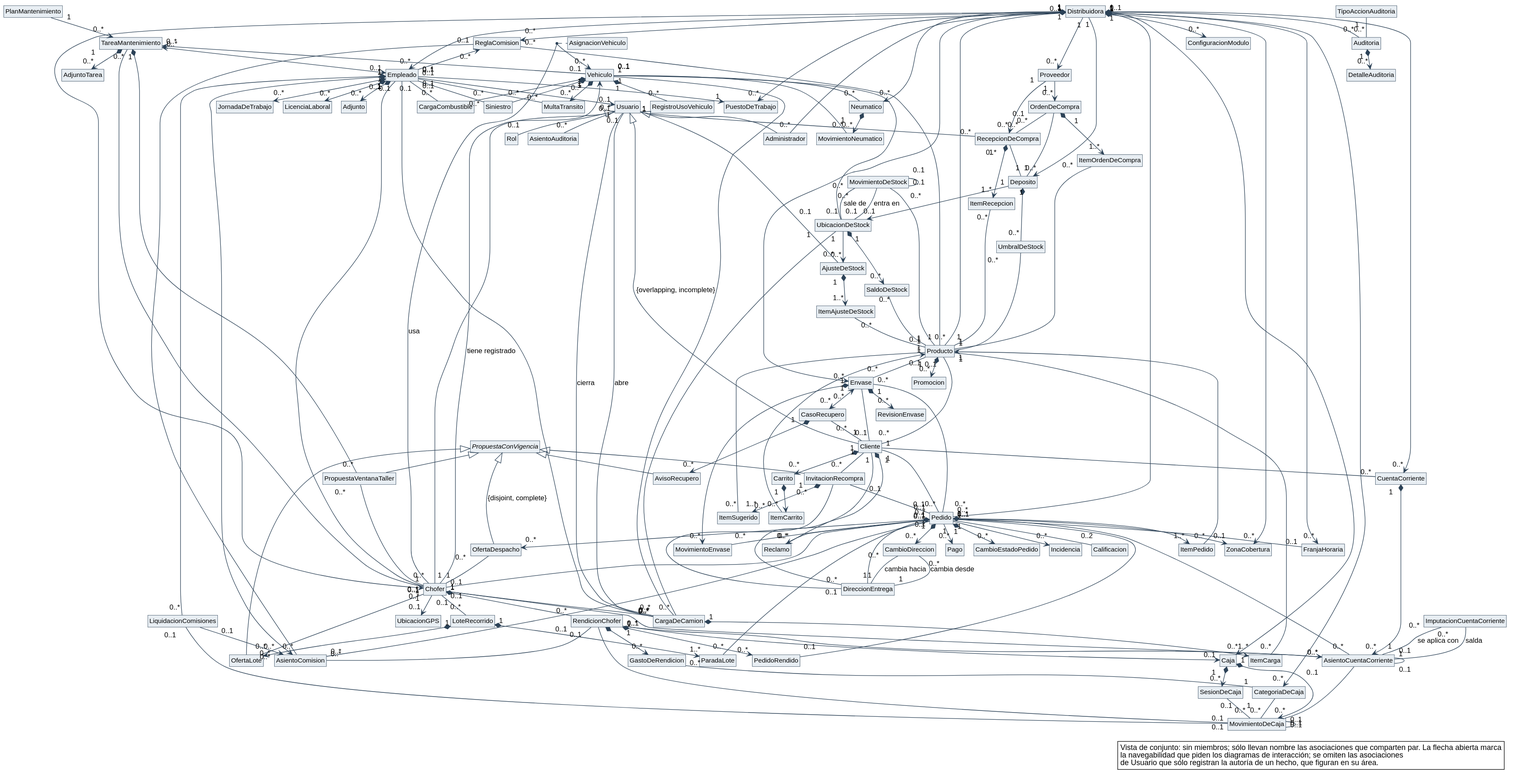
Nahuelito-Dev/splg-docs keeps this PlantUML diagram as diagramas/clases-diseno/DC_General.svg. Above is the earlier version.
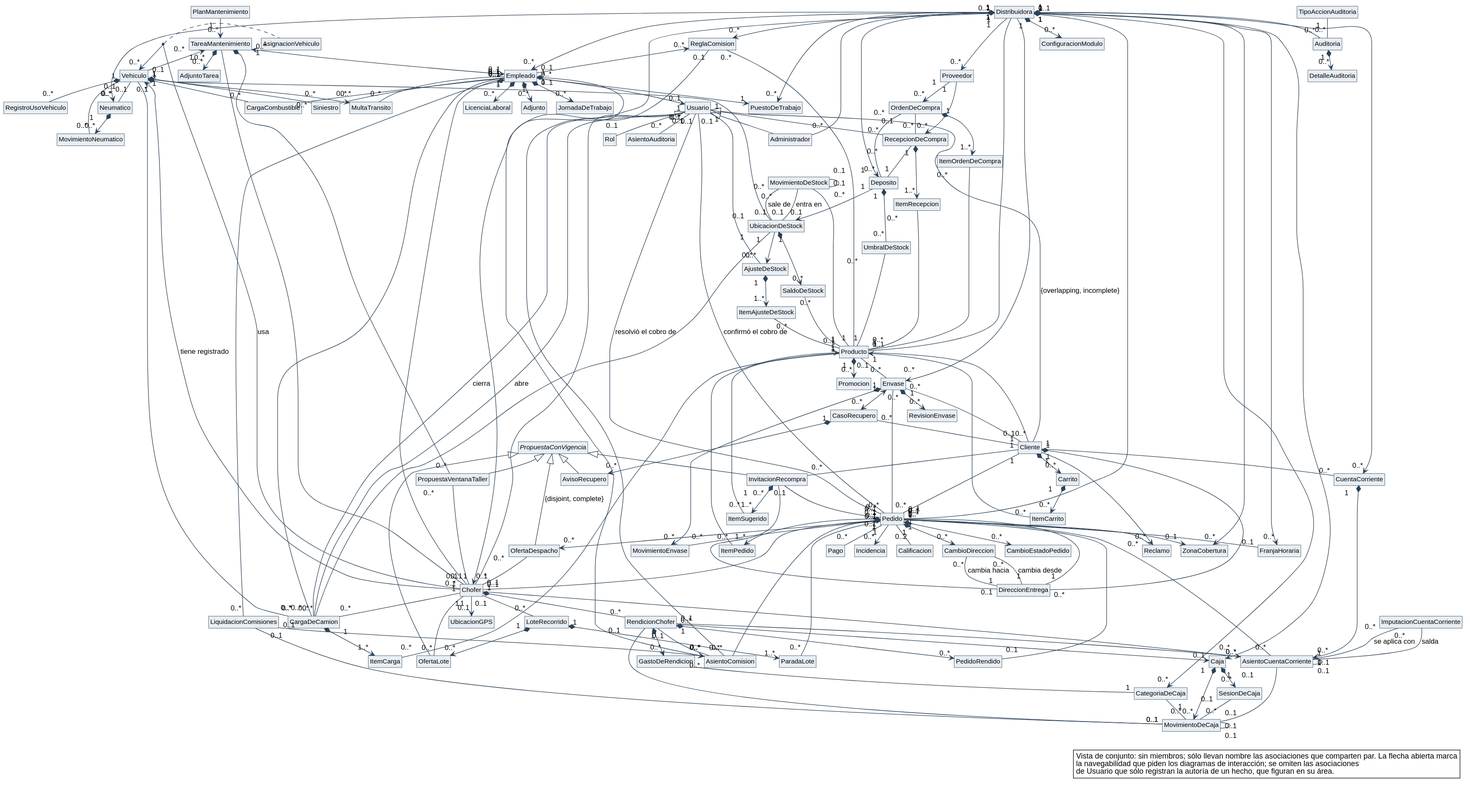
Above is the later version.

Change to the diagram source:
```diff
@@ -183,11 +183,13 @@
 Pedido "0..*" -- "0..1" FranjaHoraria
 Pedido "0..*" --> "0..1" ZonaCobertura
 Pedido "1" *--> "0..*" CambioEstadoPedido
+Usuario "0..1" -- "0..*" Pedido : confirmó el cobro de
+Usuario "0..1" -- "0..*" Pedido : resolvió el cobro de
 Pedido "1" *--> "0..*" CambioDireccion
 CambioDireccion "0..*" -- "1" DireccionEntrega : cambia desde
 CambioDireccion "0..*" -- "1" DireccionEntrega : cambia hacia
 Chofer "0..1" -- "0..*" Pedido
-Pedido "1" --> "0..*" Pago
+Pedido "1" -- "0..*" Pago
 Pedido "1" *--> "0..*" OfertaDespacho
 OfertaDespacho "0..*" -- "1" Chofer
 LoteRecorrido "1" *--> "1..*" ParadaLote
```
